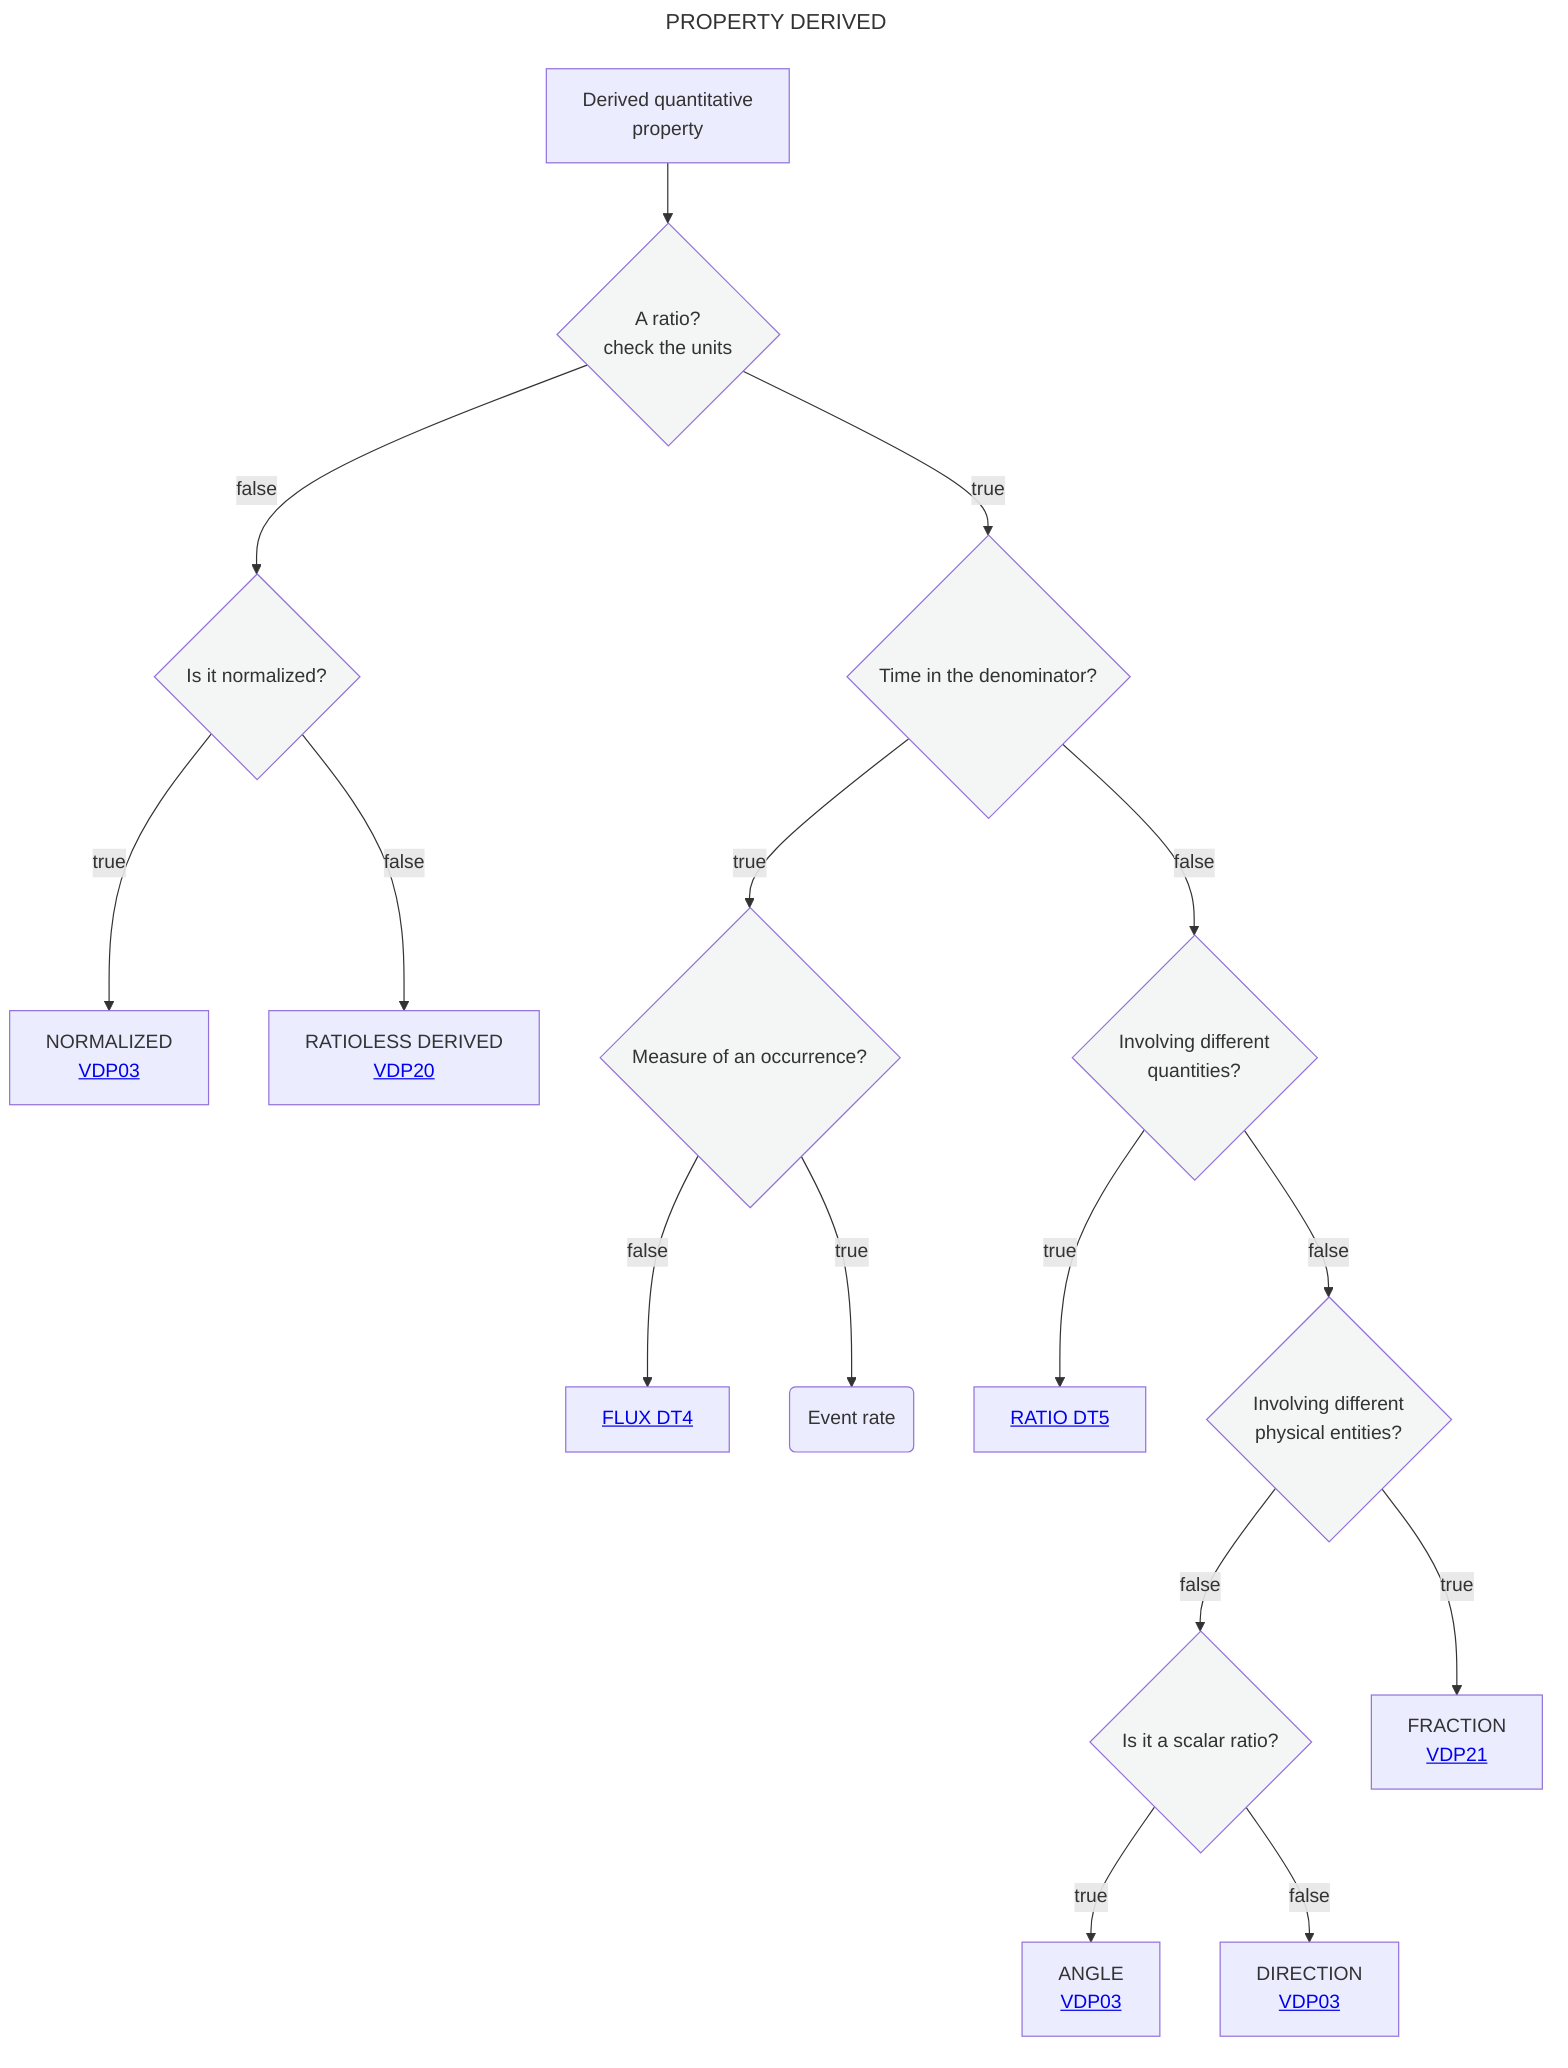
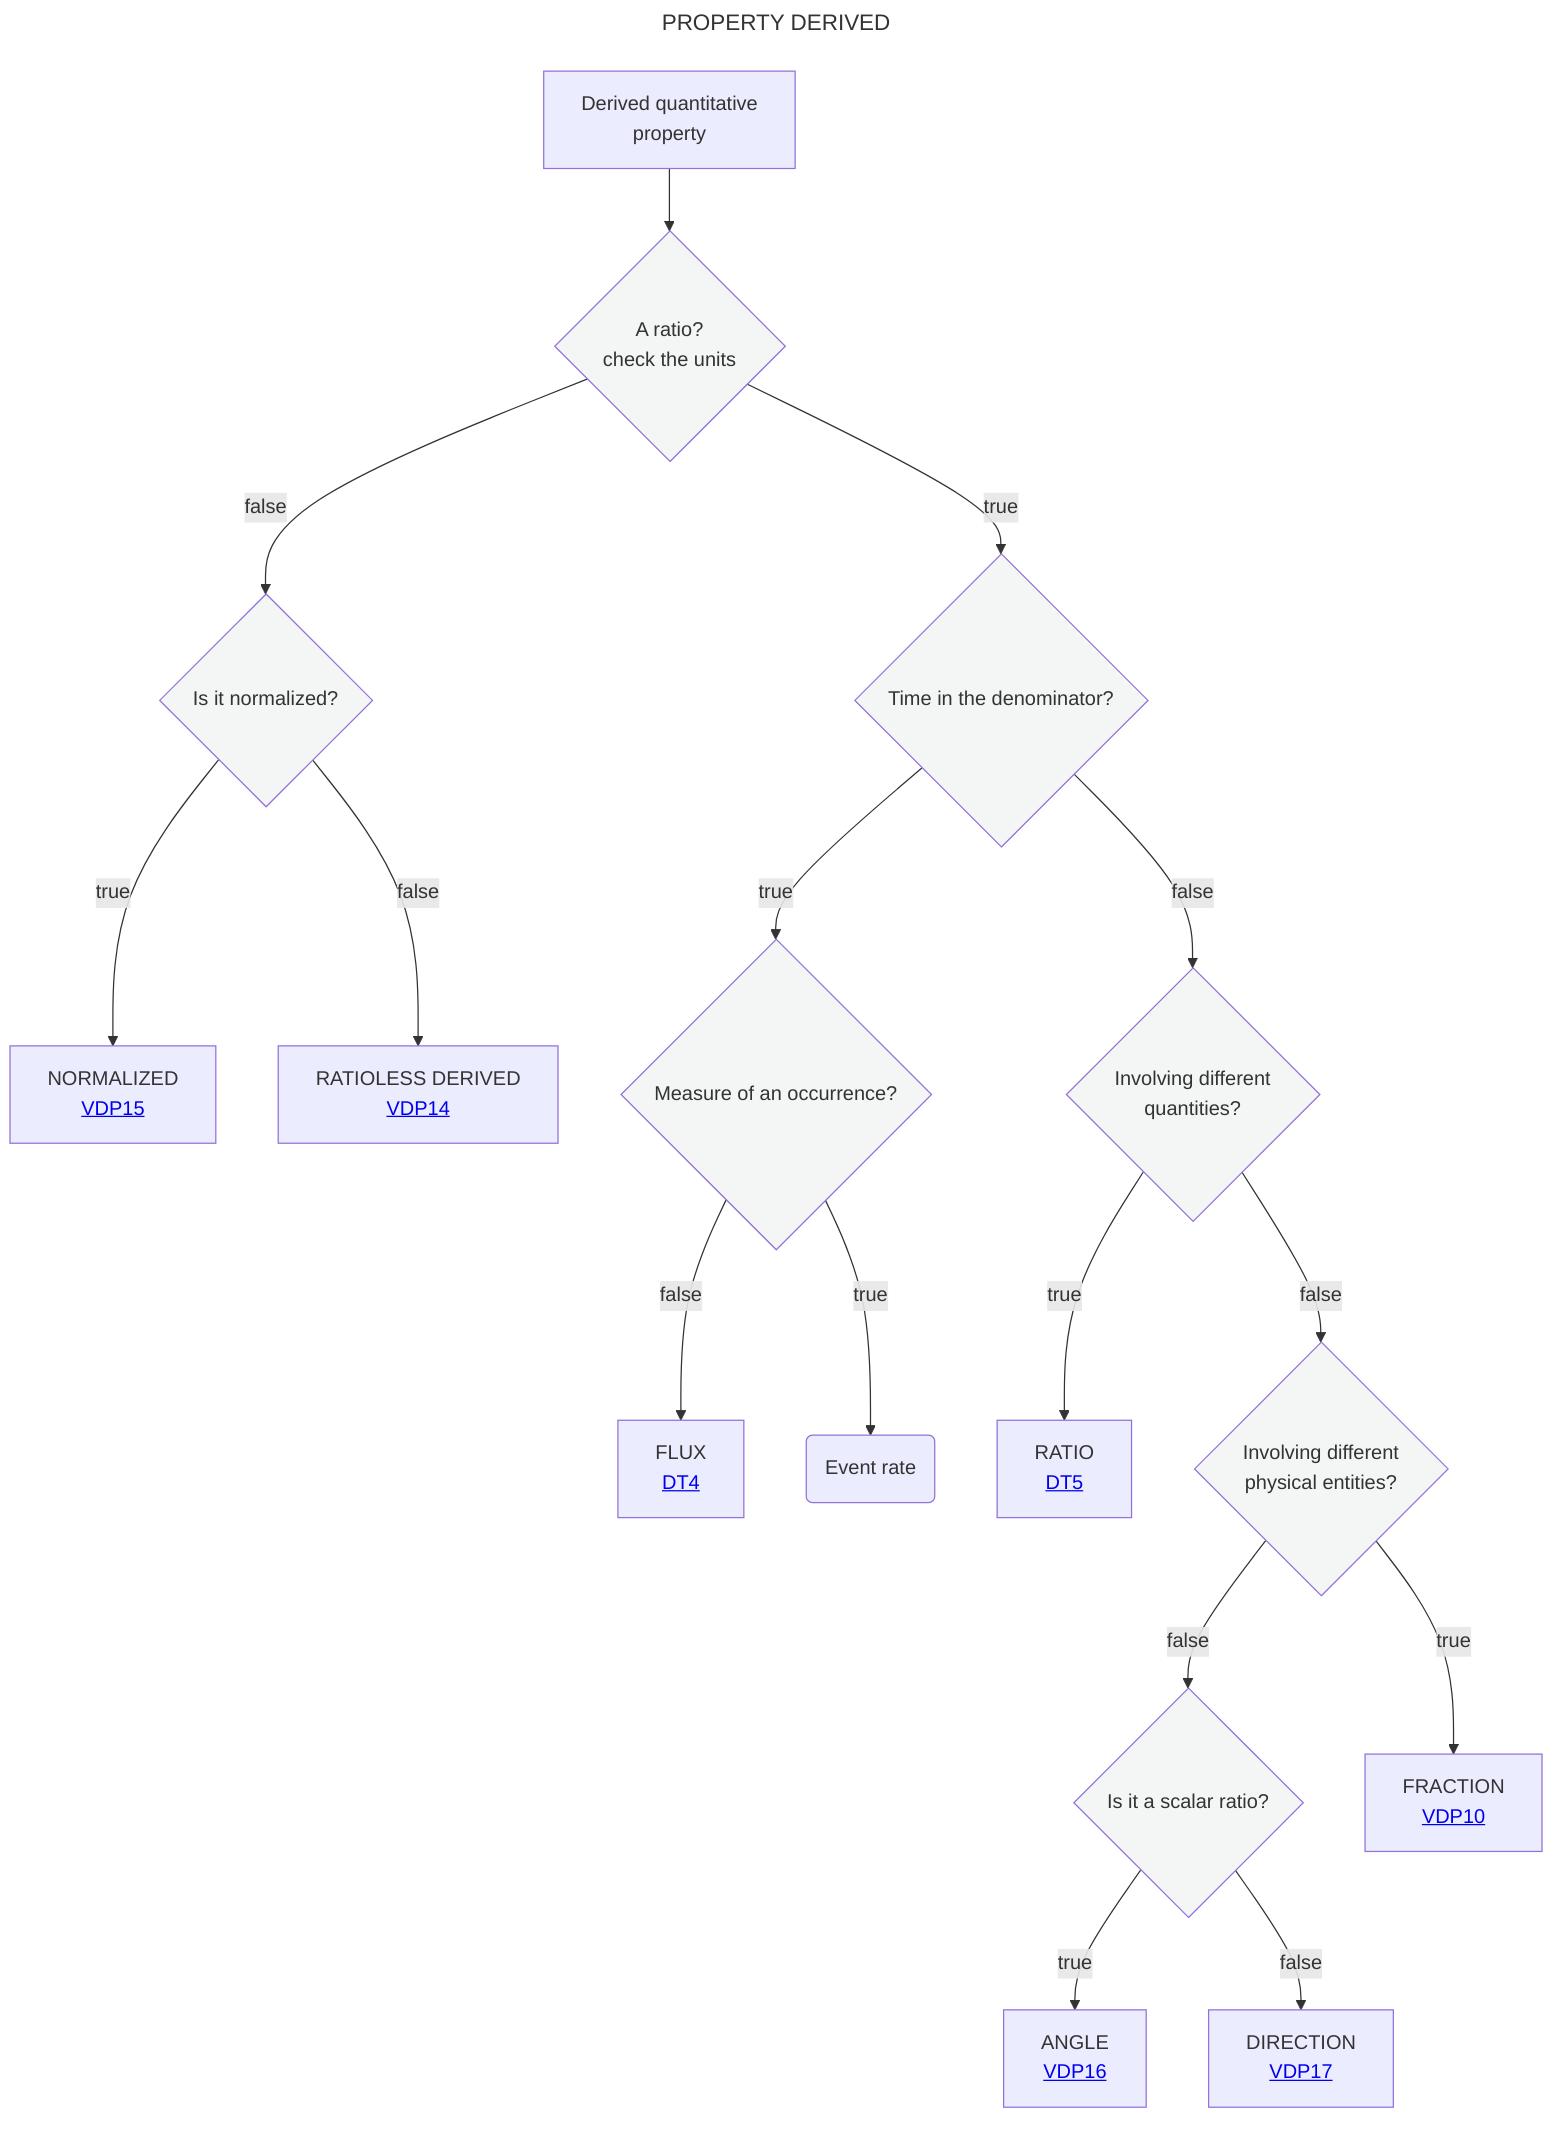
---
title: PROPERTY DERIVED
---
flowchart TD
    A[Derived quantitative <br> property] --> B{A ratio?<br>check the units}:::white
    B --> |true|N{Time in the denominator?}:::white
    B --> |false|I{Is it normalized?}:::white
-     I --> |true|T[NORMALIZED <br> <a href='https://github.com/mabablue/I-ADOPT-patterns-playground/blob/main/pattern/VDP03.yaml'>VDP03</a>]
-     I --> |false|U[RATIOLESS DERIVED <br> <a href='https://github.com/mabablue/I-ADOPT-patterns-playground/blob/main/pattern/VDP20.yaml'>VDP20</a>]
+     I --> |true|T[NORMALIZED <br> <a href='https://github.com/mabablue/I-ADOPT-patterns-playground/blob/main/pattern/VDP15.yaml'>VDP15</a>]
+     I --> |false|U[RATIOLESS DERIVED <br> <a href='https://github.com/mabablue/I-ADOPT-patterns-playground/blob/main/pattern/VDP14.yaml'>VDP14</a>]
    N --> |true|E{Measure of an occurrence?}:::white
-     E --> |false|K[<a href='https://github.com/mabablue/I-ADOPT-patterns-playground/blob/main/Decisition_trees/DT4.mmd'>FLUX DT4</a>]
+     E --> |false|K[FLUX <br> <a href='https://github.com/mabablue/I-ADOPT-patterns-playground/blob/main/Decisition_trees/DT4.mmd'> DT4</a>]
    E --> |true|J(Event rate)
    N --> |false|O{Involving different <br> quantities?}:::white
-     O --> |true|P[<a href='https://github.com/mabablue/I-ADOPT-patterns-playground/blob/main/Decisition_trees/DT5.mmd'>RATIO DT5</a>]
+     O --> |true|P[RATIO <br> <a href='https://github.com/mabablue/I-ADOPT-patterns-playground/blob/main/Decisition_trees/DT5.mmd'> DT5</a>]
    O --> |false|Q{Involving different <br> physical entities?}:::white
    Q --> |false|R{Is it a scalar ratio?}:::white
-     R --> |true|L[ANGLE <br> <a href='https://github.com/mabablue/I-ADOPT-patterns-playground/blob/main/pattern/VDP03.yaml'>VDP03</a>]
-     R --> |false|M[DIRECTION <br> <a href='https://github.com/mabablue/I-ADOPT-patterns-playground/blob/main/pattern/VDP03.yaml'>VDP03</a>]
-     Q --> |true|S[FRACTION <br> <a href='https://github.com/mabablue/I-ADOPT-patterns-playground/blob/main/pattern/VDP21.yaml'>VDP21</a>]
+     R --> |true|L[ANGLE <br> <a href='https://github.com/mabablue/I-ADOPT-patterns-playground/blob/main/pattern/VDP16.yaml'>VDP16</a>]
+     R --> |false|M[DIRECTION <br> <a href='https://github.com/mabablue/I-ADOPT-patterns-playground/blob/main/pattern/VDP17.yaml'>VDP17</a>]
+     Q --> |true|S[FRACTION <br> <a href='https://github.com/mabablue/I-ADOPT-patterns-playground/blob/main/pattern/VDP10.yaml'>VDP10</a>]
   classDef blue fill:#90D5FF
   classDef satblue fill:#57B9FF
   classDef white fill:#f3f6f4
   classDef green fill:#6aa84f

